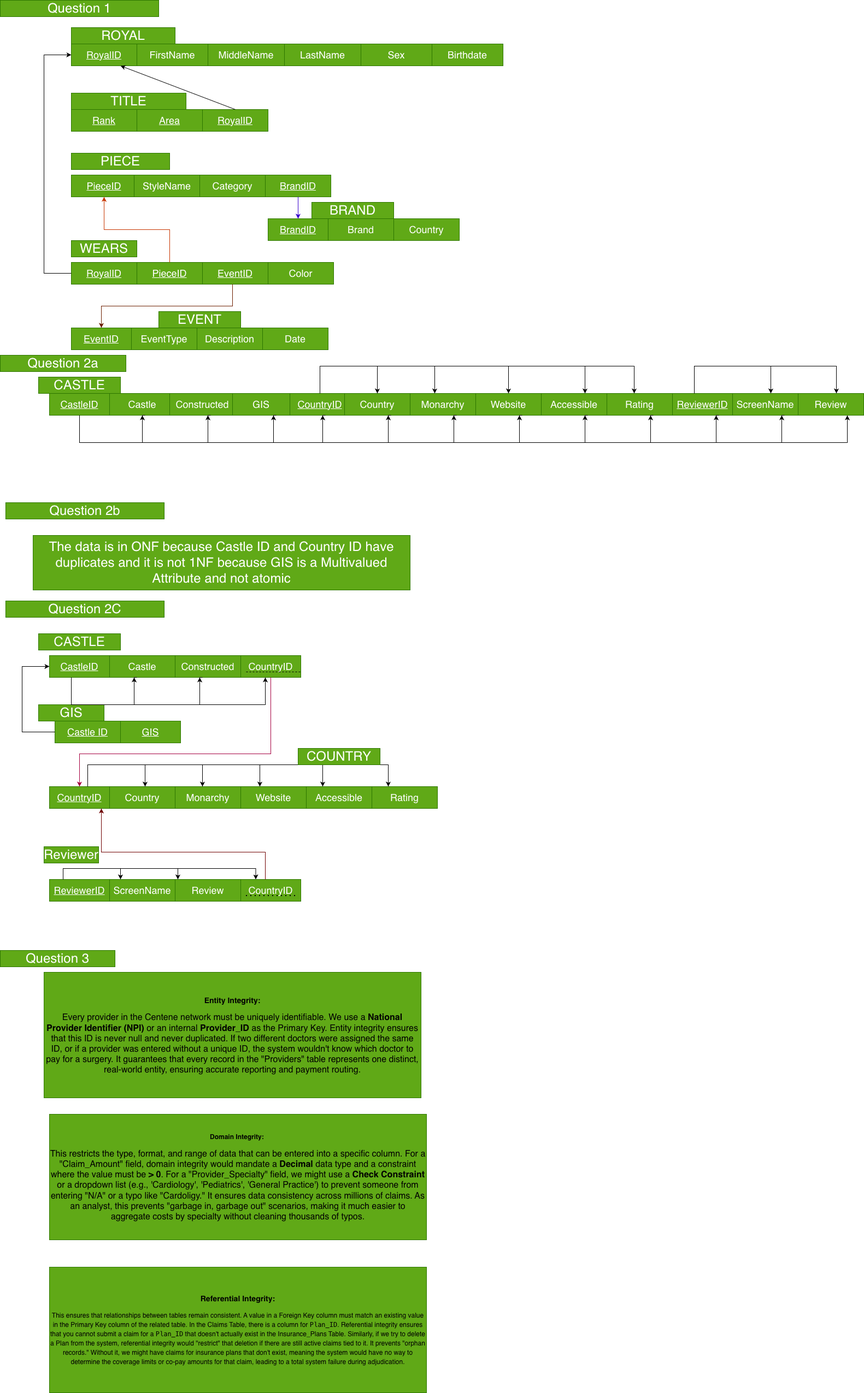
Before: HW2/Kaijage_Ken_Homework2.drawio.png, a diagram exported from draw.io (KennethManzi1/Data-Management-Graduate-School-Course). Source tidied: cells renumbered, new cells last; positions are measured from the earlier drawing's top-left corner, leaving out a move shared by most shapes.
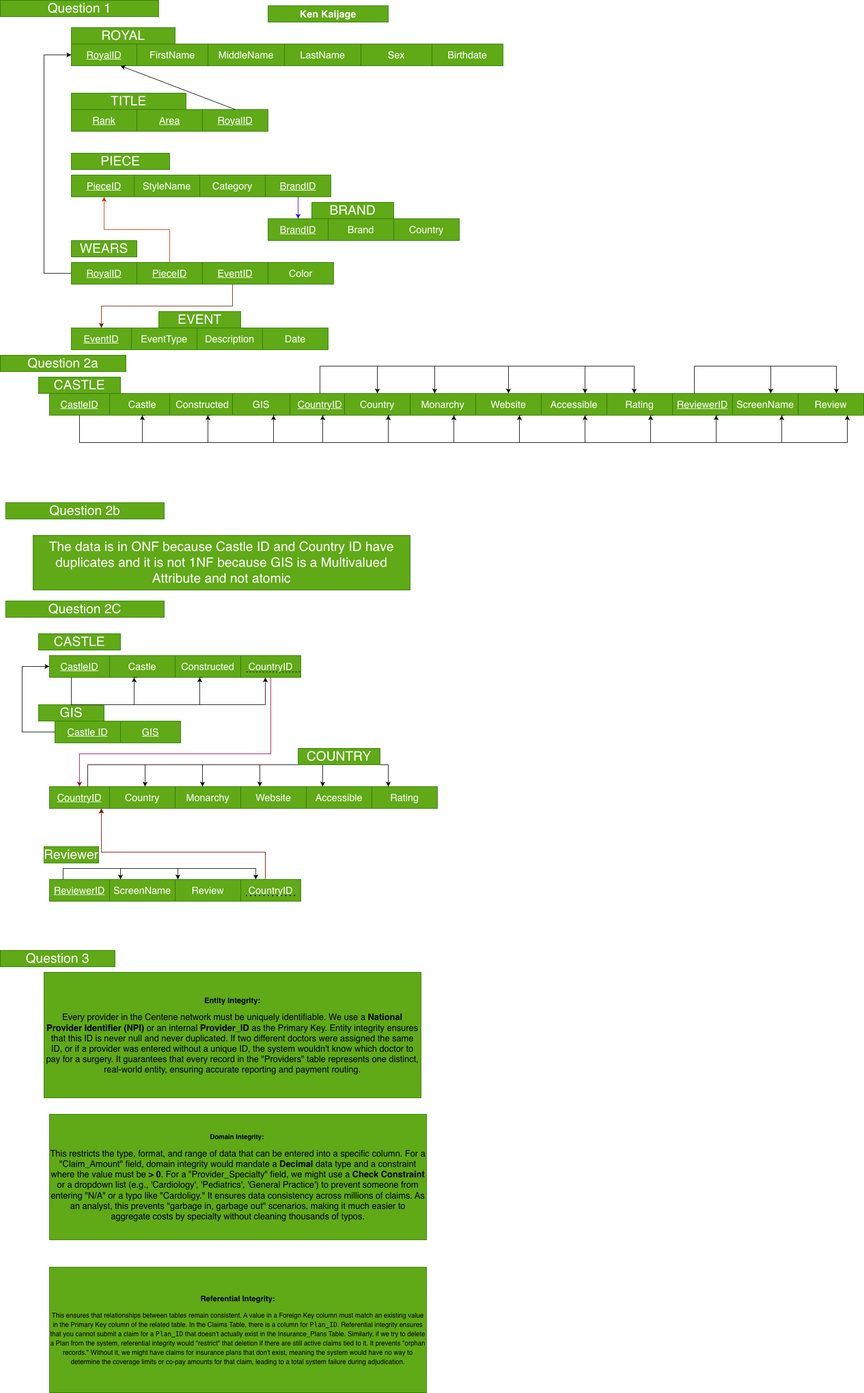
The same diagram one commit later.

The edit, as a diff of the source:
```diff
@@ -585,5 +585,8 @@
     <mxCell id="115" value="&lt;h3&gt;&lt;font style=&quot;color: light-dark(rgb(0, 0, 0), rgb(48, 48, 48));&quot;&gt;Referential Integrity:&lt;/font&gt;&lt;/h3&gt;&lt;h3&gt;&lt;p&gt;&lt;span style=&quot;font-weight: normal;&quot;&gt;&lt;font style=&quot;font-size: 12px; color: light-dark(rgb(0, 0, 0), rgb(48, 48, 48));&quot;&gt;This ensures that relationships between tables remain consistent. A value in a Foreign Key column must match an existing value in the Primary Key column of the related table.&amp;nbsp;&lt;span style=&quot;background-color: transparent;&quot;&gt;In the &lt;/span&gt;&lt;span style=&quot;background-color: transparent;&quot;&gt;Claims Table&lt;/span&gt;&lt;span style=&quot;background-color: transparent;&quot;&gt;, there is a column for &lt;/span&gt;&lt;code style=&quot;background-color: transparent;&quot;&gt;Plan_ID&lt;/code&gt;&lt;span style=&quot;background-color: transparent;&quot;&gt;. Referential integrity ensures that you cannot submit a claim for a &lt;/span&gt;&lt;code style=&quot;background-color: transparent;&quot;&gt;Plan_ID&lt;/code&gt;&lt;span style=&quot;background-color: transparent;&quot;&gt; that doesn't actually exist in the &lt;/span&gt;&lt;span style=&quot;background-color: transparent;&quot;&gt;Insurance_Plans Table&lt;/span&gt;&lt;span style=&quot;background-color: transparent;&quot;&gt;. Similarly, if we try to delete a Plan from the system, referential integrity would &quot;restrict&quot; that deletion if there are still active claims tied to it.&amp;nbsp;&lt;/span&gt;&lt;span style=&quot;background-color: transparent;&quot;&gt;It prevents &quot;orphan records.&quot; Without it, we might have claims for insurance plans that don't exist, meaning the system would have no way to determine the coverage limits or co-pay amounts for that claim, leading to a total system failure during adjudication.&lt;/span&gt;&lt;/font&gt;&lt;/span&gt;&lt;/p&gt;&lt;/h3&gt;&lt;h3&gt;&lt;/h3&gt;" style="text;html=1;whiteSpace=wrap;strokeColor=#2D7600;fillColor=#60a917;align=center;verticalAlign=middle;rounded=0;fontColor=#ffffff;" parent="1" vertex="1">
       <mxGeometry x="90" y="2320" width="690" height="230" as="geometry" />
     </mxCell>
+    <mxCell id="116" value="&lt;font style=&quot;font-size: 18px;&quot;&gt;&lt;b&gt;Ken Kaijage&lt;/b&gt;&lt;/font&gt;" style="text;html=1;whiteSpace=wrap;strokeColor=#2D7600;fillColor=#60a917;align=center;verticalAlign=middle;rounded=0;fontColor=#ffffff;" parent="1" vertex="1">
+      <mxGeometry x="490" y="10" width="220" height="30" as="geometry" />
+    </mxCell>
   </root>
 </mxGraphModel>
```
